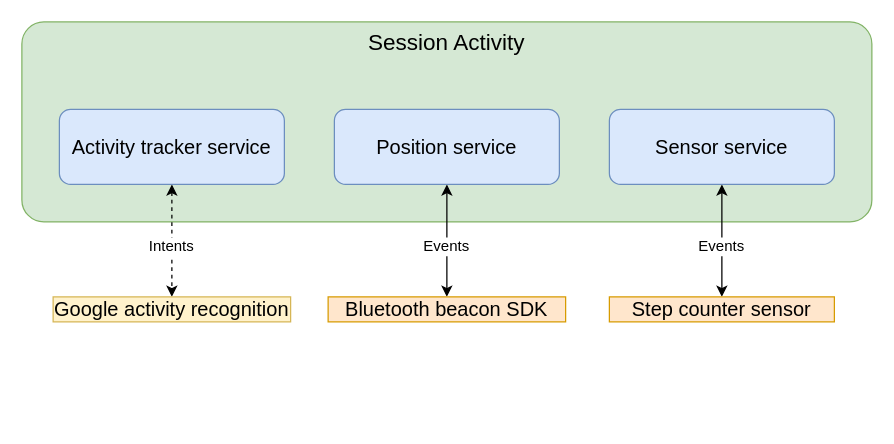
Earlier version of the draw.io diagram Documentation/images/source/SessionActivityStructure.drawio (CarmeloAparo/TrainingStat). Source tidied: cells renumbered, new cells numbered last; positions are measured from the earlier drawing's top-left corner, leaving out a move shared by most shapes. Both pictures are drawn from the tidied source at 125%, with x=0, y=0 at pixel (21, 21).
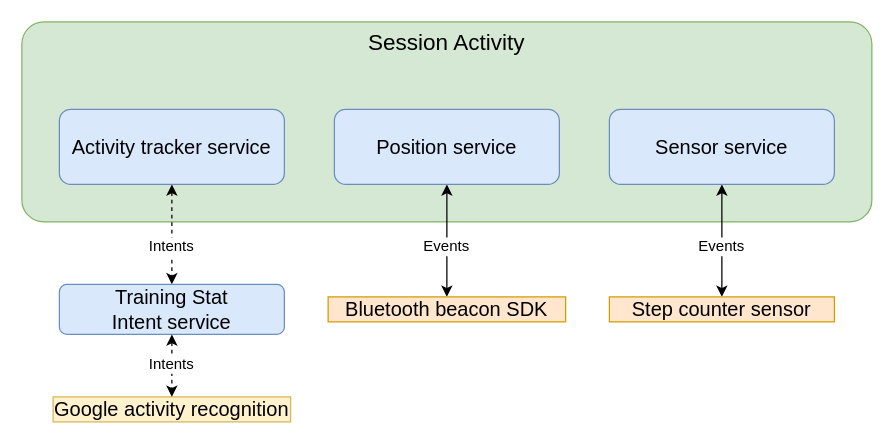
After the change.

What changed in the source:
```diff
@@
 <mxGraphModel>
   <root>
     <mxCell id="0" />
     <mxCell id="1" parent="0" />
     <mxCell id="2" value="&lt;font style=&quot;font-size: 18px&quot;&gt;Session Activity&lt;/font&gt;" style="rounded=1;whiteSpace=wrap;html=1;arcSize=11;align=center;verticalAlign=top;fillColor=#d5e8d4;strokeColor=#82b366;" parent="1" vertex="1">
       <mxGeometry width="680" height="160" as="geometry" />
     </mxCell>
-    <mxCell id="3" style="edgeStyle=orthogonalEdgeStyle;rounded=0;jettySize=auto;html=1;fontSize=16;dashed=1;startArrow=classic;startFill=1;" parent="1" edge="1" source="4" target="11">
+    <mxCell id="3" style="edgeStyle=orthogonalEdgeStyle;rounded=0;jettySize=auto;html=1;fontSize=16;dashed=1;startArrow=classic;startFill=1;" parent="1" edge="1" source="4" target="15">
       <mxGeometry relative="1" as="geometry" />
     </mxCell>
     <mxCell id="4" value="Activity tracker service" style="rounded=1;whiteSpace=wrap;html=1;align=center;fontSize=16;fillColor=#dae8fc;strokeColor=#6c8ebf;" parent="1" vertex="1">
       <mxGeometry x="30" y="70" width="180" height="60" as="geometry" />
     </mxCell>
     <mxCell id="5" style="edgeStyle=orthogonalEdgeStyle;rounded=0;jettySize=auto;html=1;fontSize=16;entryX=0.5;entryY=0;entryDx=0;entryDy=0;startArrow=classic;startFill=1;" parent="1" edge="1" source="6" target="10">
       <mxGeometry relative="1" as="geometry" />
     </mxCell>
     <mxCell id="6" value="Sensor service" style="rounded=1;whiteSpace=wrap;html=1;align=center;fontSize=16;fillColor=#dae8fc;strokeColor=#6c8ebf;" parent="1" vertex="1">
       <mxGeometry x="470" y="70" width="180" height="60" as="geometry" />
     </mxCell>
     <mxCell id="7" style="edgeStyle=orthogonalEdgeStyle;rounded=0;jettySize=auto;html=1;fontSize=16;startArrow=classic;startFill=1;" parent="1" edge="1" source="8" target="12">
       <mxGeometry relative="1" as="geometry" />
     </mxCell>
     <mxCell id="8" value="Position service" style="rounded=1;whiteSpace=wrap;html=1;align=center;fontSize=16;fillColor=#dae8fc;strokeColor=#6c8ebf;" parent="1" vertex="1">
       <mxGeometry x="250" y="70" width="180" height="60" as="geometry" />
     </mxCell>
     <mxCell id="9" value="Intents" style="text;html=1;strokeColor=none;fillColor=none;align=center;verticalAlign=middle;whiteSpace=wrap;rounded=0;labelBackgroundColor=#ffffff;" parent="1" vertex="1">
       <mxGeometry x="100" y="170" width="40" height="20" as="geometry" />
     </mxCell>
     <mxCell id="10" value="Step counter sensor" style="text;html=1;strokeColor=#d79b00;fillColor=#ffe6cc;align=center;verticalAlign=middle;whiteSpace=wrap;rounded=0;fontSize=16;" parent="1" vertex="1">
       <mxGeometry x="470" y="220" width="180" height="20" as="geometry" />
     </mxCell>
     <mxCell id="11" value="Google activity recognition" style="text;html=1;strokeColor=#d6b656;fillColor=#fff2cc;align=center;verticalAlign=middle;whiteSpace=wrap;rounded=0;fontSize=16;" parent="1" vertex="1">
-      <mxGeometry x="25" y="220" width="190" height="20" as="geometry" />
+      <mxGeometry x="25" y="300" width="190" height="20" as="geometry" />
     </mxCell>
     <mxCell id="12" value="Bluetooth beacon SDK" style="text;html=1;strokeColor=#d79b00;fillColor=#ffe6cc;align=center;verticalAlign=middle;whiteSpace=wrap;rounded=0;fontSize=16;" parent="1" vertex="1">
       <mxGeometry x="245" y="220" width="190" height="20" as="geometry" />
     </mxCell>
     <mxCell id="13" value="Events" style="text;html=1;strokeColor=none;fillColor=none;align=center;verticalAlign=middle;whiteSpace=wrap;rounded=0;labelBackgroundColor=#ffffff;" parent="1" vertex="1">
       <mxGeometry x="540" y="170" width="40" height="20" as="geometry" />
     </mxCell>
     <mxCell id="14" value="Events" style="text;html=1;strokeColor=none;fillColor=none;align=center;verticalAlign=middle;whiteSpace=wrap;rounded=0;labelBackgroundColor=#ffffff;" parent="1" vertex="1">
       <mxGeometry x="320" y="170" width="40" height="20" as="geometry" />
     </mxCell>
+    <mxCell id="15" value="Training Stat&lt;br&gt;Intent service" style="rounded=1;whiteSpace=wrap;html=1;align=center;fontSize=16;fillColor=#dae8fc;strokeColor=#6c8ebf;" parent="1" vertex="1">
+      <mxGeometry x="30" y="210" width="180" height="40" as="geometry" />
+    </mxCell>
+    <mxCell id="16" style="edgeStyle=orthogonalEdgeStyle;rounded=0;jettySize=auto;html=1;fontSize=16;dashed=1;startArrow=classic;startFill=1;" parent="1" edge="1" source="15" target="11">
+      <mxGeometry relative="1" as="geometry" />
+    </mxCell>
+    <mxCell id="17" value="Intents" style="text;html=1;strokeColor=none;fillColor=none;align=center;verticalAlign=middle;whiteSpace=wrap;rounded=0;labelBackgroundColor=#ffffff;" parent="1" vertex="1">
+      <mxGeometry x="100" y="264" width="40" height="20" as="geometry" />
+    </mxCell>
   </root>
 </mxGraphModel>
```
